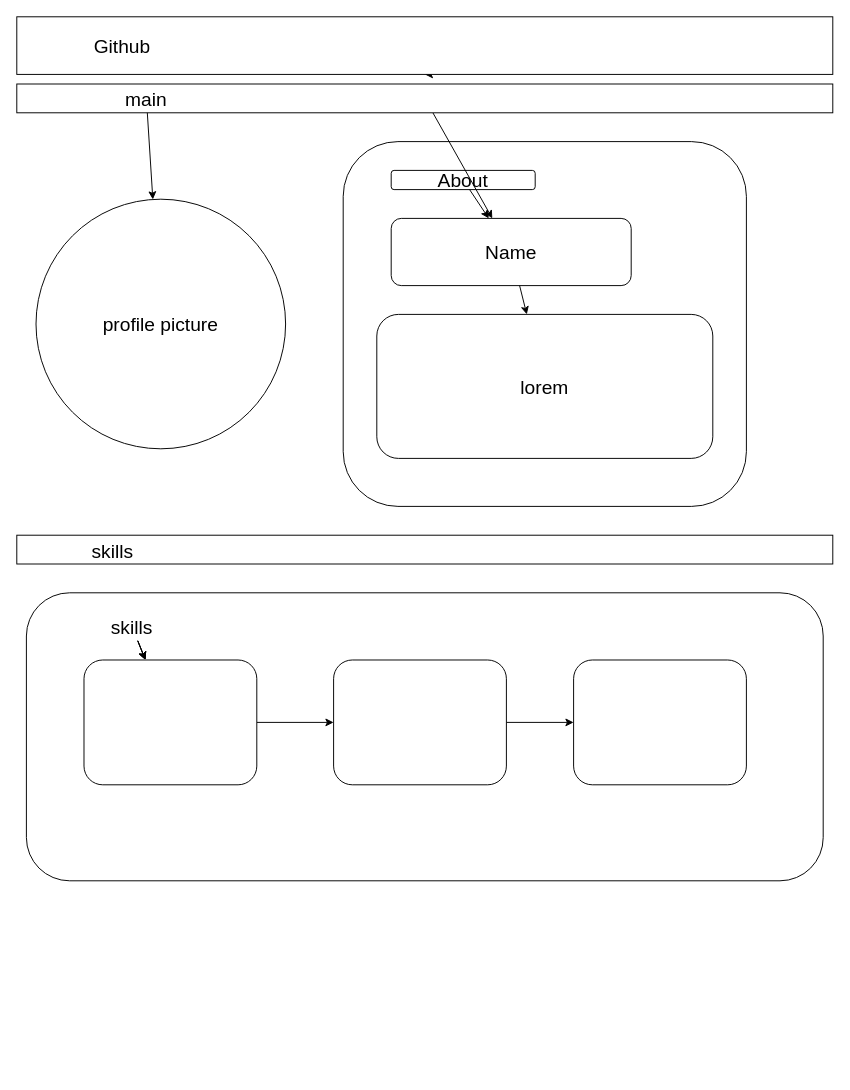
Above: layout.dio in drewjordan414/portfolio (draw.io), before the change. Source tidied: cells renumbered, new cells numbered last; positions are measured from the earlier drawing's top-left corner, leaving out a move shared by most shapes. Both pictures are drawn from the tidied source at 96%, with x=0, y=0 at pixel (16, 16).
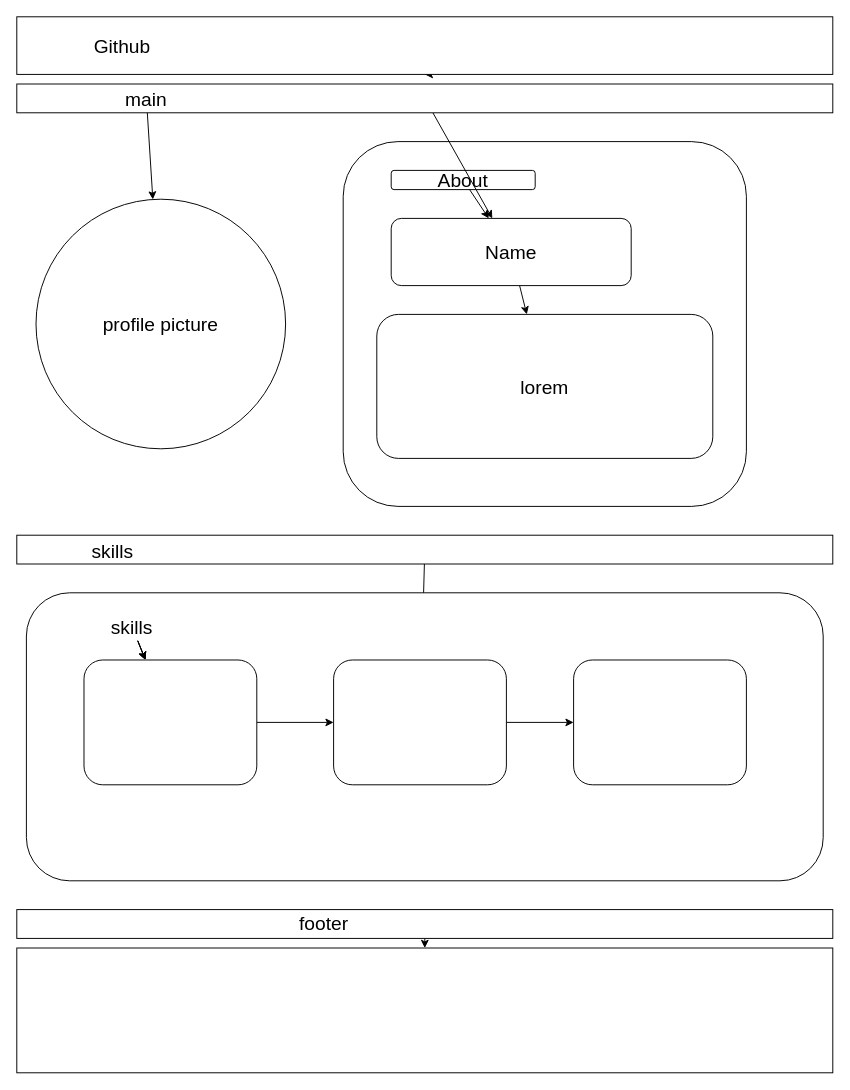
The same diagram, later.

Commit message:
footer-layout-added

Unchanged cells that the change refers to:
```xml
<mxCell id="2" style="rounded=0;whiteSpace=wrap;html=1;" parent="1" vertex="1">
  <mxGeometry y="540" width="850" height="30" as="geometry" />
</mxCell>
<mxCell id="15" style="rounded=1;whiteSpace=wrap;html=1;fontSize=20;" parent="1" vertex="1">
  <mxGeometry x="330" y="670" width="180" height="130" as="geometry" />
</mxCell>
```

What changed in the source:
```diff
@@
+    <mxCell id="29" style="edgeStyle=none;html=1;fontSize=20;" parent="1" edge="1" source="2" target="15">
+      <mxGeometry relative="1" as="geometry" />
+    </mxCell>
@@
+    <mxCell id="30" style="edgeStyle=none;html=1;fontSize=20;" parent="1" edge="1" source="31" target="33">
+      <mxGeometry relative="1" as="geometry" />
+    </mxCell>
+    <mxCell id="31" style="rounded=0;whiteSpace=wrap;html=1;fontSize=20;" parent="1" vertex="1">
+      <mxGeometry y="930" width="850" height="30" as="geometry" />
+    </mxCell>
+    <mxCell id="32" value="footer" style="text;html=1;strokeColor=none;fillColor=none;align=center;verticalAlign=middle;whiteSpace=wrap;overflow=hidden;fontSize=20;" parent="1" vertex="1">
+      <mxGeometry x="280" y="930" width="80" height="25" as="geometry" />
+    </mxCell>
+    <mxCell id="33" style="rounded=0;whiteSpace=wrap;html=1;fontSize=20;" parent="1" vertex="1">
+      <mxGeometry y="970" width="850" height="130" as="geometry" />
+    </mxCell>
```
